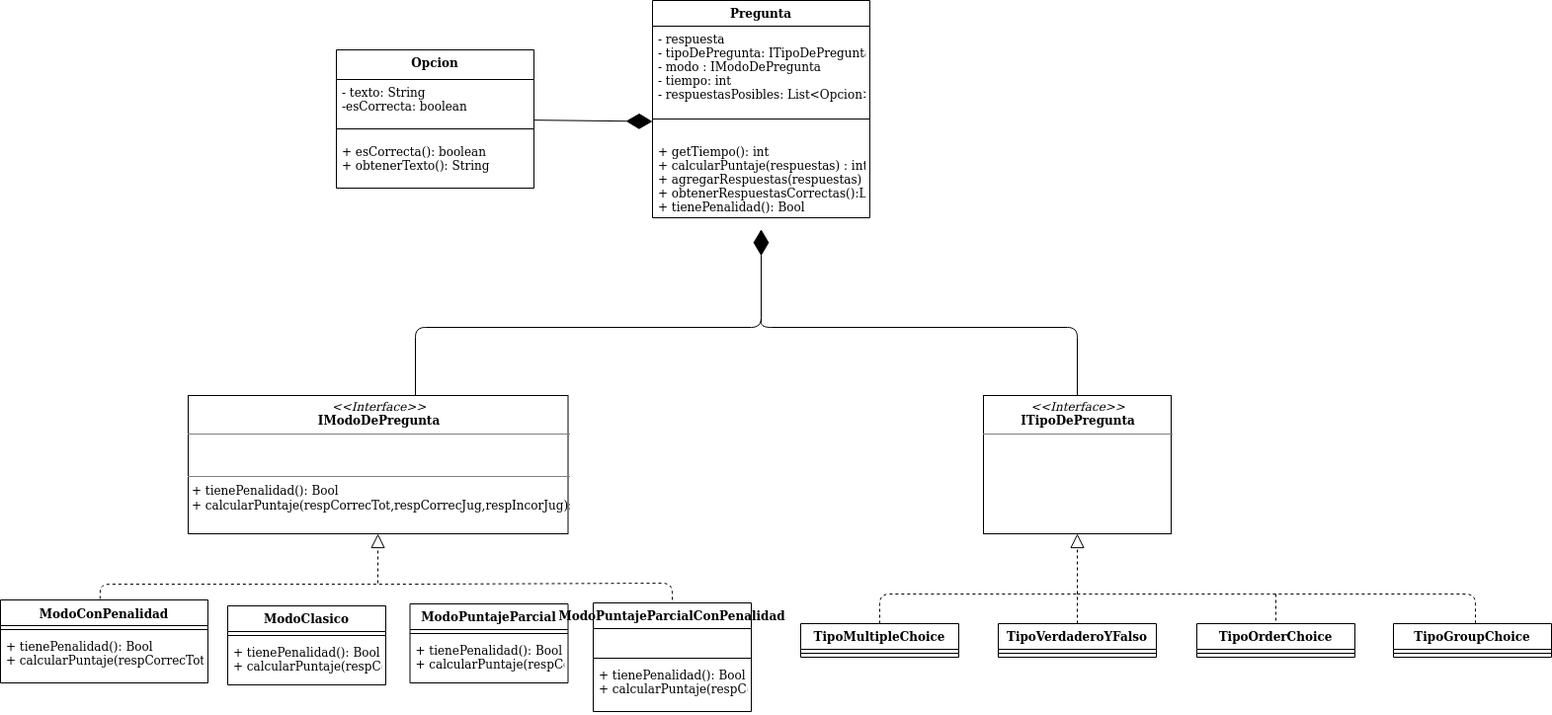
Earlier version of the draw.io export informe/Diagrama Pregunta.png (AndresJalife/Kahoot-2.0). Source tidied: cells renumbered, new cells last; positions are measured from the earlier drawing's top-left corner, leaving out a move shared by most shapes.
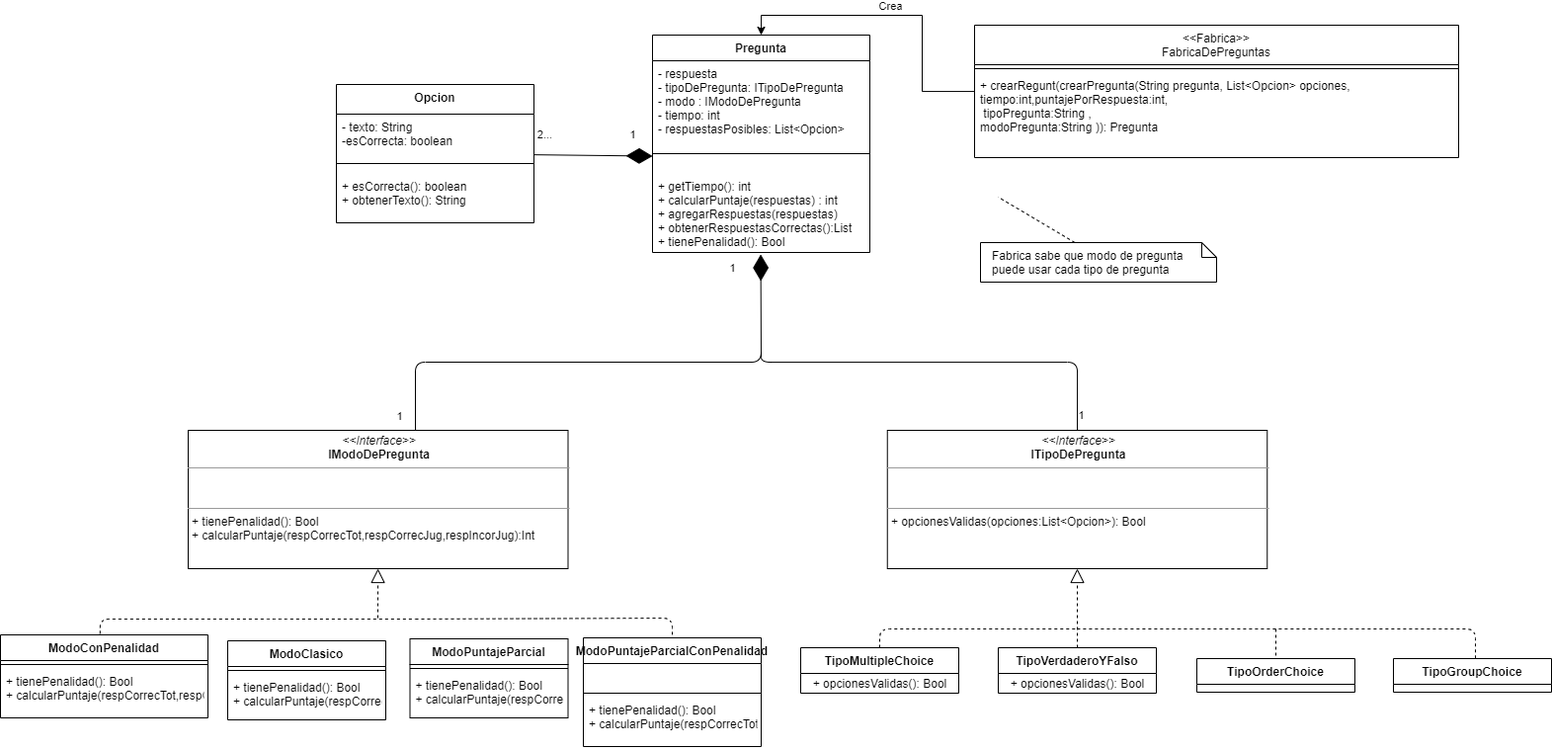
After the commit.

Commit message:
Actualizo Diagrama Pregunta

What changed in the source:
```diff
@@ -2,11 +2,10 @@
   <root>
     <mxCell id="0" />
     <mxCell id="1" parent="0" />
-    <mxCell id="2" value="&lt;p style=&quot;margin: 0px ; margin-top: 4px ; text-align: center&quot;&gt;&lt;i&gt;&amp;lt;&amp;lt;Interface&amp;gt;&amp;gt;&lt;/i&gt;&lt;br&gt;&lt;span style=&quot;font-weight: 700&quot;&gt;ITipoDePregunta&lt;/span&gt;&lt;br&gt;&lt;/p&gt;&lt;hr size=&quot;1&quot;&gt;&lt;p style=&quot;margin: 0px ; margin-left: 4px&quot;&gt;&lt;br&gt;&lt;/p&gt;" style="verticalAlign=top;align=left;overflow=fill;fontSize=12;fontFamily=Helvetica;html=1;" parent="1" vertex="1">
-      <mxGeometry x="995" y="400" width="190" height="140" as="geometry" />
-    </mxCell>
-    <mxCell id="3" style="endArrow=block;dashed=1;endFill=0;endSize=12;html=1;entryX=0.5;entryY=1;entryDx=0;entryDy=0;exitX=0.5;exitY=0;exitDx=0;exitDy=0;" parent="1" edge="1" source="17" target="2">
-      <mxGeometry relative="1" as="geometry" />
+    <mxCell id="3" style="endArrow=block;dashed=1;endFill=0;endSize=12;html=1;entryX=0.5;entryY=1;entryDx=0;entryDy=0;exitX=0.5;exitY=0;exitDx=0;exitDy=0;" parent="1" edge="1" source="17">
+      <mxGeometry relative="1" as="geometry">
+        <mxPoint x="1090" y="540" as="targetPoint" />
+      </mxGeometry>
     </mxCell>
     <mxCell id="4" style="endArrow=none;dashed=1;html=1;exitX=0.48;exitY=-0.013;exitDx=0;exitDy=0;exitPerimeter=0;" parent="1" edge="1" source="25">
       <mxGeometry relative="1" as="geometry">
@@ -49,26 +48,39 @@
         </Array>
       </mxGeometry>
     </mxCell>
-    <mxCell id="9" style="endArrow=diamondThin;endFill=1;endSize=24;html=1;entryX=0.5;entryY=0.995;entryDx=0;entryDy=0;entryPerimeter=0;exitX=0.5;exitY=0;exitDx=0;exitDy=0;" parent="1" edge="1">
+    <mxCell id="9" style="endArrow=diamondThin;endFill=1;endSize=24;html=1;entryX=0.498;entryY=1.025;entryDx=0;entryDy=0;entryPerimeter=0;exitX=0.5;exitY=0;exitDx=0;exitDy=0;" parent="1" edge="1" target="14">
       <mxGeometry relative="1" as="geometry">
         <mxPoint x="420" y="400" as="sourcePoint" />
-        <mxPoint x="770" y="231.7" as="targetPoint" />
         <Array as="points">
           <mxPoint x="420" y="331" />
           <mxPoint x="770" y="331" />
         </Array>
       </mxGeometry>
     </mxCell>
+    <mxCell id="43" value="1" style="edgeLabel;html=1;align=center;verticalAlign=middle;" parent="9" vertex="1">
+      <mxGeometry x="0.95" y="-2" relative="1" as="geometry">
+        <mxPoint x="-31.6" as="offset" />
+      </mxGeometry>
+    </mxCell>
+    <mxCell id="44" value="1" style="edgeLabel;html=1;align=center;verticalAlign=middle;" parent="9" vertex="1">
+      <mxGeometry x="-0.96" y="-2" relative="1" as="geometry">
+        <mxPoint x="-19" y="-3.2" as="offset" />
+      </mxGeometry>
+    </mxCell>
-    <mxCell id="10" style="endArrow=none;html=1;edgeStyle=orthogonalEdgeStyle;entryX=0.5;entryY=0;entryDx=0;entryDy=0;" parent="1" edge="1" target="2">
+    <mxCell id="10" style="endArrow=none;html=1;edgeStyle=orthogonalEdgeStyle;entryX=0.5;entryY=0;entryDx=0;entryDy=0;" parent="1" edge="1" target="48">
       <mxGeometry relative="1" as="geometry">
         <mxPoint x="770" y="321" as="sourcePoint" />
         <Array as="points">
-          <mxPoint x="770" y="321" />
           <mxPoint x="770" y="331" />
           <mxPoint x="1090" y="331" />
         </Array>
       </mxGeometry>
     </mxCell>
+    <mxCell id="45" value="1" style="edgeLabel;html=1;align=center;verticalAlign=middle;" parent="10" vertex="1">
+      <mxGeometry x="0.92" y="3" relative="1" as="geometry">
+        <mxPoint y="1" as="offset" />
+      </mxGeometry>
+    </mxCell>
     <mxCell id="11" value="Pregunta" style="swimlane;fontStyle=1;align=center;verticalAlign=top;horizontal=1;startSize=26;" parent="1" vertex="1">
       <mxGeometry x="660" width="220" height="220" as="geometry" />
     </mxCell>
@@ -81,35 +93,27 @@
     <mxCell id="14" value="+ getTiempo(): int&#10;+ calcularPuntaje(respuestas) : int&#10;+ agregarRespuestas(respuestas)&#10;+ obtenerRespuestasCorrectas():List&#10;+ tienePenalidad(): Bool&#10;&#10;&#10;" style="text;strokeColor=none;fillColor=none;align=left;verticalAlign=top;spacingLeft=4;spacingRight=4;overflow=hidden;points=[[0,0.5],[1,0.5]];portConstraint=eastwest;" parent="11" vertex="1">
       <mxGeometry y="140" width="220" height="80" as="geometry" />
     </mxCell>
-    <mxCell id="15" value="TipoMultipleChoice" style="swimlane;fontStyle=1;align=center;verticalAlign=top;horizontal=1;startSize=26;" parent="1" vertex="1">
-      <mxGeometry x="810" y="631" width="160" height="34" as="geometry" />
-    </mxCell>
-    <mxCell id="16" style="line;strokeWidth=1;fillColor=none;align=left;verticalAlign=middle;spacingTop=-1;spacingLeft=3;spacingRight=3;labelPosition=right;" parent="15" vertex="1">
-      <mxGeometry y="26" width="160" height="8" as="geometry" />
-    </mxCell>
-    <mxCell id="17" value="TipoVerdaderoYFalso" style="swimlane;fontStyle=1;align=center;verticalAlign=top;horizontal=1;startSize=26;" parent="1" vertex="1">
-      <mxGeometry x="1010" y="631" width="160" height="34" as="geometry" />
-    </mxCell>
-    <mxCell id="18" style="line;strokeWidth=1;fillColor=none;align=left;verticalAlign=middle;spacingTop=-1;spacingLeft=3;spacingRight=3;labelPosition=right;" parent="17" vertex="1">
-      <mxGeometry y="26" width="160" height="8" as="geometry" />
-    </mxCell>
     <mxCell id="19" value="TipoOrderChoice" style="swimlane;fontStyle=1;align=center;verticalAlign=top;horizontal=1;startSize=26;" parent="1" vertex="1">
       <mxGeometry x="1211" y="631" width="160" height="34" as="geometry" />
     </mxCell>
-    <mxCell id="20" style="line;strokeWidth=1;fillColor=none;align=left;verticalAlign=middle;spacingTop=-1;spacingLeft=3;spacingRight=3;labelPosition=right;" parent="19" vertex="1">
-      <mxGeometry y="26" width="160" height="8" as="geometry" />
-    </mxCell>
     <mxCell id="21" value="TipoGroupChoice" style="swimlane;fontStyle=1;align=center;verticalAlign=top;horizontal=1;startSize=26;" parent="1" vertex="1">
       <mxGeometry x="1410" y="631" width="160" height="34" as="geometry" />
     </mxCell>
-    <mxCell id="22" style="line;strokeWidth=1;fillColor=none;align=left;verticalAlign=middle;spacingTop=-1;spacingLeft=3;spacingRight=3;labelPosition=right;" parent="21" vertex="1">
-      <mxGeometry y="26" width="160" height="8" as="geometry" />
-    </mxCell>
     <mxCell id="23" style="endArrow=diamondThin;endFill=1;endSize=24;html=1;" parent="1" edge="1" source="39">
       <mxGeometry relative="1" as="geometry">
         <mxPoint x="660" y="122.5" as="targetPoint" />
       </mxGeometry>
     </mxCell>
+    <mxCell id="46" value="1" style="edgeLabel;html=1;align=center;verticalAlign=middle;" parent="23" vertex="1">
+      <mxGeometry x="0.73" y="3" relative="1" as="geometry">
+        <mxPoint x="-4" y="-19.3" as="offset" />
+      </mxGeometry>
+    </mxCell>
+    <mxCell id="47" value="2..." style="edgeLabel;html=1;align=center;verticalAlign=middle;" parent="23" vertex="1">
+      <mxGeometry x="-0.82" y="2" relative="1" as="geometry">
+        <mxPoint y="-19.3" as="offset" />
+      </mxGeometry>
+    </mxCell>
     <mxCell id="24" value="&lt;p style=&quot;margin: 0px ; margin-top: 4px ; text-align: center&quot;&gt;&lt;i&gt;&amp;lt;&amp;lt;Interface&amp;gt;&amp;gt;&lt;/i&gt;&lt;br&gt;&lt;span style=&quot;font-weight: 700&quot;&gt;IModoDePregunta&lt;/span&gt;&lt;br&gt;&lt;/p&gt;&lt;hr size=&quot;1&quot;&gt;&lt;p style=&quot;margin: 0px ; margin-left: 4px&quot;&gt;&lt;br&gt;&lt;br&gt;&lt;/p&gt;&lt;hr size=&quot;1&quot;&gt;&lt;p style=&quot;margin: 0px ; margin-left: 4px&quot;&gt;+ tienePenalidad(): Bool&lt;/p&gt;&lt;p style=&quot;margin: 0px ; margin-left: 4px&quot;&gt;+ calcularPuntaje(respCorrecTot,respCorrecJug,respIncorJug):Int&lt;br&gt;&lt;/p&gt;" style="verticalAlign=top;align=left;overflow=fill;fontSize=12;fontFamily=Helvetica;html=1;" parent="1" vertex="1">
       <mxGeometry x="190" y="400" width="384.5" height="140" as="geometry" />
     </mxCell>
@@ -141,16 +145,16 @@
       <mxGeometry y="34" width="160" height="46" as="geometry" />
     </mxCell>
     <mxCell id="34" value="ModoPuntajeParcialConPenalidad&#10;" style="swimlane;fontStyle=1;align=center;verticalAlign=top;horizontal=1;startSize=26;" parent="1" vertex="1">
-      <mxGeometry x="600" y="610" width="160" height="110" as="geometry" />
+      <mxGeometry x="590" y="610" width="180" height="110" as="geometry" />
     </mxCell>
     <mxCell id="35" value="&#10;" style="text;strokeColor=none;fillColor=none;align=left;verticalAlign=top;spacingLeft=4;spacingRight=4;overflow=hidden;" parent="34" vertex="1">
-      <mxGeometry y="26" width="160" height="26" as="geometry" />
+      <mxGeometry y="26" width="180" height="26" as="geometry" />
     </mxCell>
     <mxCell id="36" style="line;strokeWidth=1;fillColor=none;align=left;verticalAlign=middle;spacingTop=-1;spacingLeft=3;spacingRight=3;labelPosition=right;" parent="34" vertex="1">
-      <mxGeometry y="52" width="160" height="8" as="geometry" />
+      <mxGeometry y="52" width="180" height="8" as="geometry" />
     </mxCell>
     <mxCell id="37" value="+ tienePenalidad(): Bool&#10;+ calcularPuntaje(respCorrecTot,respCorrecJug,respIncorJug):Int&#10;&#10;" style="text;strokeColor=none;fillColor=none;align=left;verticalAlign=top;spacingLeft=4;spacingRight=4;overflow=hidden;" parent="34" vertex="1">
-      <mxGeometry y="60" width="160" height="50" as="geometry" />
+      <mxGeometry y="60" width="180" height="50" as="geometry" />
     </mxCell>
     <mxCell id="38" style="endArrow=block;dashed=1;endFill=0;endSize=12;html=1;" parent="1" edge="1" target="24">
       <mxGeometry relative="1" as="geometry">
@@ -169,5 +173,45 @@
     <mxCell id="42" value="+ esCorrecta(): boolean&#10;+ obtenerTexto(): String" style="text;strokeColor=none;fillColor=none;align=left;verticalAlign=top;spacingLeft=4;spacingRight=4;overflow=hidden;" parent="39" vertex="1">
       <mxGeometry y="90" width="200" height="50" as="geometry" />
     </mxCell>
+    <mxCell id="48" value="&lt;p style=&quot;margin: 0px ; margin-top: 4px ; text-align: center&quot;&gt;&lt;i&gt;&amp;lt;&amp;lt;Interface&amp;gt;&amp;gt;&lt;/i&gt;&lt;br&gt;&lt;span style=&quot;font-weight: 700&quot;&gt;ITipoDePregunta&lt;/span&gt;&lt;/p&gt;&lt;hr size=&quot;1&quot;&gt;&lt;p style=&quot;margin: 0px ; margin-left: 4px&quot;&gt;&lt;br&gt;&lt;br&gt;&lt;/p&gt;&lt;hr size=&quot;1&quot;&gt;&lt;p style=&quot;margin: 0px ; margin-left: 4px&quot;&gt;+ opcionesValidas(opciones:List&amp;lt;Opcion&amp;gt;): Bool&lt;/p&gt;" style="verticalAlign=top;align=left;overflow=fill;fontSize=12;fontFamily=Helvetica;html=1;" parent="1" vertex="1">
+      <mxGeometry x="897.8" y="400" width="384.5" height="140" as="geometry" />
+    </mxCell>
+    <mxCell id="15" value="TipoMultipleChoice" style="swimlane;fontStyle=1;align=center;verticalAlign=top;horizontal=1;startSize=26;" parent="1" vertex="1">
+      <mxGeometry x="810" y="620" width="160" height="46" as="geometry" />
+    </mxCell>
+    <mxCell id="49" value="&lt;span style=&quot;text-align: left&quot;&gt;+ opcionesValidas(): Bool&lt;/span&gt;" style="text;html=1;align=center;verticalAlign=middle;" parent="15" vertex="1">
+      <mxGeometry y="26" width="160" height="20" as="geometry" />
+    </mxCell>
+    <mxCell id="17" value="TipoVerdaderoYFalso" style="swimlane;fontStyle=1;align=center;verticalAlign=top;horizontal=1;startSize=26;" parent="1" vertex="1">
+      <mxGeometry x="1010" y="620" width="160" height="46" as="geometry" />
+    </mxCell>
+    <mxCell id="50" value="&lt;span style=&quot;text-align: left&quot;&gt;+ opcionesValidas(): Bool&lt;/span&gt;" style="text;html=1;align=center;verticalAlign=middle;" parent="17" vertex="1">
+      <mxGeometry y="26" width="160" height="20" as="geometry" />
+    </mxCell>
+    <mxCell id="51" style="edgeStyle=orthogonalEdgeStyle;rounded=0;jettySize=auto;html=1;entryX=0.5;entryY=0;entryDx=0;entryDy=0;" parent="1" edge="1" source="55" target="11">
+      <mxGeometry relative="1" as="geometry" />
+    </mxCell>
+    <mxCell id="52" value="Crea" style="edgeLabel;html=1;align=center;verticalAlign=middle;" parent="51" vertex="1">
+      <mxGeometry x="0.08" y="1" relative="1" as="geometry">
+        <mxPoint x="6.4" y="-11" as="offset" />
+      </mxGeometry>
+    </mxCell>
+    <mxCell id="53" value="Fabrica sabe que modo de pregunta puede usar cada tipo de pregunta" style="shape=note;size=15;align=left;spacingLeft=10;html=1;whiteSpace=wrap;" parent="1" vertex="1">
+      <mxGeometry x="992" y="210" width="239" height="40" as="geometry" />
+    </mxCell>
+    <mxCell id="54" style="edgeStyle=none;endArrow=none;exitX=0.4;exitY=0;dashed=1;html=1;" parent="1" edge="1" source="53">
+      <mxGeometry x="1" relative="1" as="geometry">
+        <mxPoint x="1010" y="164" as="targetPoint" />
+      </mxGeometry>
+    </mxCell>
+    <mxCell id="55" value="&lt;&lt;Fabrica&gt;&gt;&#10;FabricaDePreguntas" style="swimlane;fontStyle=0;align=center;verticalAlign=top;horizontal=1;startSize=40;" parent="1" vertex="1">
+      <mxGeometry x="986" y="-10" width="490" height="134" as="geometry" />
+    </mxCell>
+    <mxCell id="56" style="line;strokeWidth=1;fillColor=none;align=left;verticalAlign=middle;spacingTop=-1;spacingLeft=3;spacingRight=3;labelPosition=right;" parent="55" vertex="1">
+      <mxGeometry y="40" width="490" height="8" as="geometry" />
+    </mxCell>
+    <mxCell id="57" value="+ crearRegunt(crearPregunta(String pregunta, List&lt;Opcion&gt; opciones,&#10;tiempo:int,puntajePorRespuesta:int,&#10; tipoPregunta:String ,&#10;modoPregunta:String )): Pregunta" style="text;strokeColor=none;fillColor=none;align=left;verticalAlign=top;spacingLeft=4;spacingRight=4;overflow=hidden;" parent="55" vertex="1">
+      <mxGeometry y="48" width="490" height="86" as="geometry" />
+    </mxCell>
   </root>
 </mxGraphModel>
```
